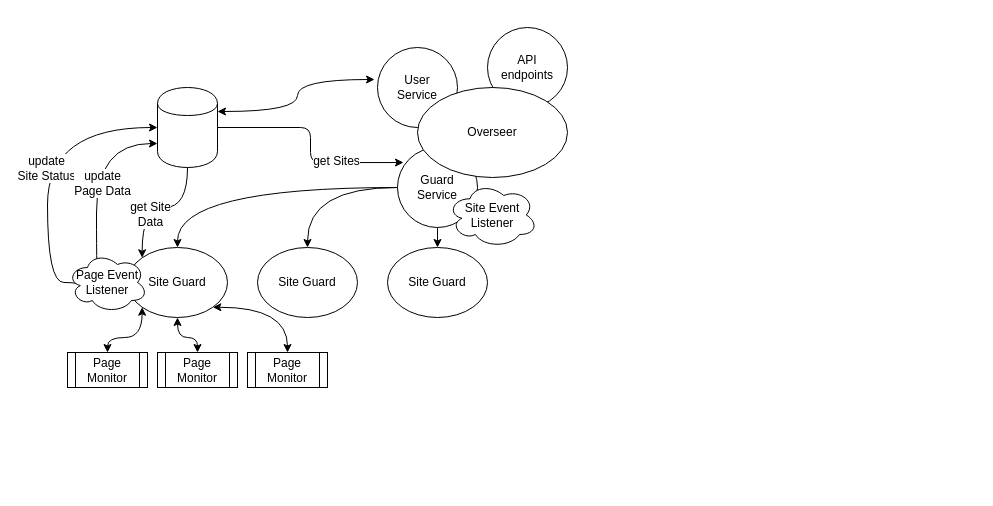
This is documentation/Overall_Flowchart.drawio from evliatsas/metis, a draw.io file, before an edit. Source tidied: cells renumbered, new cells numbered last; positions are measured from the earlier drawing's top-left corner, leaving out a move shared by most shapes. Both pictures are drawn from the tidied source at 100%, with x=0, y=0 at pixel (47, 27).
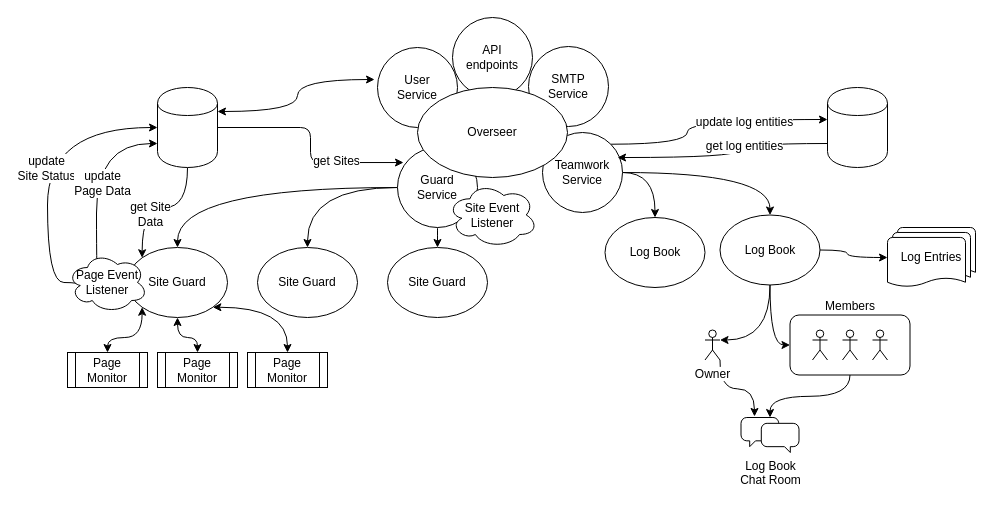
The same diagram, later.

The edit, as a diff of the source:
```diff
@@
+    <mxCell id="30" value="SMTP&lt;br&gt;Service&lt;br&gt;" style="ellipse;whiteSpace=wrap;html=1;" parent="1" vertex="1">
+      <mxGeometry x="481" y="19" width="80" height="80" as="geometry" />
+    </mxCell>
+    <mxCell id="31" style="edgeStyle=orthogonalEdgeStyle;curved=1;rounded=0;jettySize=auto;html=1;exitX=0.5;exitY=1;exitDx=0;exitDy=0;" parent="1" edge="1" source="32" target="52">
+      <mxGeometry relative="1" as="geometry" />
+    </mxCell>
+    <mxCell id="32" value="Members&lt;br&gt;" style="rounded=1;whiteSpace=wrap;html=1;horizontal=1;labelPosition=center;verticalLabelPosition=top;align=center;verticalAlign=bottom;" parent="1" vertex="1">
+      <mxGeometry x="742.5" y="287.5" width="120" height="60" as="geometry" />
+    </mxCell>
+    <mxCell id="33" style="edgeStyle=orthogonalEdgeStyle;curved=1;rounded=0;jettySize=auto;html=1;exitX=1;exitY=0.5;exitDx=0;exitDy=0;entryX=0.5;entryY=0;entryDx=0;entryDy=0;" parent="1" edge="1" source="37" target="41">
+      <mxGeometry relative="1" as="geometry" />
+    </mxCell>
+    <mxCell id="34" style="edgeStyle=orthogonalEdgeStyle;curved=1;rounded=0;jettySize=auto;html=1;exitX=1;exitY=0.5;exitDx=0;exitDy=0;entryX=0.5;entryY=0;entryDx=0;entryDy=0;" parent="1" edge="1" source="37" target="42">
+      <mxGeometry relative="1" as="geometry" />
+    </mxCell>
+    <mxCell id="35" style="edgeStyle=orthogonalEdgeStyle;curved=1;rounded=0;jettySize=auto;html=1;exitX=1;exitY=0;exitDx=0;exitDy=0;entryX=0;entryY=0.4;entryDx=0;entryDy=0;entryPerimeter=0;" parent="1" edge="1" source="37" target="45">
+      <mxGeometry relative="1" as="geometry">
+        <Array as="points">
+          <mxPoint x="640" y="117" />
+          <mxPoint x="640" y="92" />
+        </Array>
+      </mxGeometry>
+    </mxCell>
+    <mxCell id="36" value="update log entities" style="text;html=1;align=center;verticalAlign=middle;labelBackgroundColor=#ffffff;" parent="35" vertex="1">
+      <mxGeometry x="0.31" y="-2" relative="1" as="geometry" />
+    </mxCell>
+    <mxCell id="37" value="Teamwork&lt;br&gt;Service&lt;br&gt;" style="ellipse;whiteSpace=wrap;html=1;" parent="1" vertex="1">
+      <mxGeometry x="495" y="105" width="80" height="80" as="geometry" />
+    </mxCell>
@@
     <mxCell id="3" value="API&lt;br&gt;endpoints&lt;br&gt;" style="ellipse;whiteSpace=wrap;html=1;" parent="1" vertex="1">
-      <mxGeometry x="440" width="80" height="80" as="geometry" />
+      <mxGeometry x="405" y="-10" width="80" height="80" as="geometry" />
     </mxCell>
@@
+    <mxCell id="38" style="edgeStyle=orthogonalEdgeStyle;curved=1;rounded=0;jettySize=auto;html=1;exitX=0.5;exitY=1;exitDx=0;exitDy=0;entryX=1;entryY=0.3333333333333333;entryDx=0;entryDy=0;entryPerimeter=0;" parent="1" edge="1" source="41" target="47">
+      <mxGeometry relative="1" as="geometry" />
+    </mxCell>
+    <mxCell id="39" style="edgeStyle=orthogonalEdgeStyle;curved=1;rounded=0;jettySize=auto;html=1;exitX=0.5;exitY=1;exitDx=0;exitDy=0;entryX=0;entryY=0.5;entryDx=0;entryDy=0;" parent="1" edge="1" source="41" target="32">
+      <mxGeometry relative="1" as="geometry" />
+    </mxCell>
+    <mxCell id="40" style="edgeStyle=orthogonalEdgeStyle;curved=1;rounded=0;jettySize=auto;html=1;entryX=0;entryY=0.5;entryDx=0;entryDy=0;entryPerimeter=0;" parent="1" edge="1" source="41" target="51">
+      <mxGeometry relative="1" as="geometry">
+        <Array as="points">
+          <mxPoint x="800" y="223" />
+          <mxPoint x="800" y="230" />
+        </Array>
+      </mxGeometry>
+    </mxCell>
+    <mxCell id="41" value="Log Book" style="ellipse;whiteSpace=wrap;html=1;" parent="1" vertex="1">
+      <mxGeometry x="672.5" y="187.5" width="100" height="70" as="geometry" />
+    </mxCell>
+    <mxCell id="42" value="Log Book&lt;br&gt;" style="ellipse;whiteSpace=wrap;html=1;" parent="1" vertex="1">
+      <mxGeometry x="557.5" y="190" width="100" height="70" as="geometry" />
+    </mxCell>
+    <mxCell id="43" style="edgeStyle=orthogonalEdgeStyle;curved=1;rounded=0;jettySize=auto;html=1;exitX=0;exitY=0.7;exitDx=0;exitDy=0;entryX=0.938;entryY=0.313;entryDx=0;entryDy=0;entryPerimeter=0;" parent="1" edge="1" source="45" target="37">
+      <mxGeometry relative="1" as="geometry">
+        <Array as="points">
+          <mxPoint x="690" y="116" />
+          <mxPoint x="690" y="130" />
+        </Array>
+      </mxGeometry>
+    </mxCell>
+    <mxCell id="44" value="get log entities" style="text;html=1;align=center;verticalAlign=middle;labelBackgroundColor=#ffffff;" parent="43" vertex="1">
+      <mxGeometry x="-0.18" y="6" relative="1" as="geometry" />
+    </mxCell>
+    <mxCell id="45" style="shape=cylinder;whiteSpace=wrap;html=1;boundedLbl=1;backgroundOutline=1;" parent="1" vertex="1">
+      <mxGeometry x="780" y="60" width="60" height="80" as="geometry" />
+    </mxCell>
+    <mxCell id="46" style="edgeStyle=orthogonalEdgeStyle;curved=1;rounded=0;jettySize=auto;html=1;exitX=1;exitY=1;exitDx=0;exitDy=0;exitPerimeter=0;entryX=0.233;entryY=-0.029;entryDx=0;entryDy=0;entryPerimeter=0;" parent="1" edge="1" source="47" target="52">
+      <mxGeometry relative="1" as="geometry" />
+    </mxCell>
+    <mxCell id="47" value="Owner" style="shape=umlActor;verticalLabelPosition=bottom;labelBackgroundColor=#ffffff;verticalAlign=top;html=1;outlineConnect=0;" parent="1" vertex="1">
+      <mxGeometry x="657.5" y="302.5" width="15" height="30" as="geometry" />
+    </mxCell>
+    <mxCell id="48" style="shape=umlActor;verticalLabelPosition=bottom;labelBackgroundColor=#ffffff;verticalAlign=top;html=1;" parent="1" vertex="1">
+      <mxGeometry x="765" y="302.5" width="15" height="30" as="geometry" />
+    </mxCell>
+    <mxCell id="49" style="shape=umlActor;verticalLabelPosition=bottom;labelBackgroundColor=#ffffff;verticalAlign=top;html=1;" parent="1" vertex="1">
+      <mxGeometry x="795" y="302.5" width="15" height="30" as="geometry" />
+    </mxCell>
+    <mxCell id="50" style="shape=umlActor;verticalLabelPosition=bottom;labelBackgroundColor=#ffffff;verticalAlign=top;html=1;" parent="1" vertex="1">
+      <mxGeometry x="825" y="302.5" width="15" height="30" as="geometry" />
+    </mxCell>
+    <mxCell id="51" value="Log Entries" style="strokeWidth=1;html=1;shape=mxgraph.flowchart.multi-document;whiteSpace=wrap;" parent="1" vertex="1">
+      <mxGeometry x="840" y="200" width="88" height="60" as="geometry" />
+    </mxCell>
+    <mxCell id="52" value="Log Book&lt;br&gt;Chat Room&lt;br&gt;" style="html=1;verticalLabelPosition=bottom;align=center;labelBackgroundColor=#ffffff;verticalAlign=top;strokeWidth=1;strokeColor=#000000;fillColor=#ffffff;shadow=0;dashed=0;shape=mxgraph.ios7.icons.chat;" parent="1" vertex="1">
+      <mxGeometry x="693.5" y="390" width="58" height="35" as="geometry" />
+    </mxCell>
```
